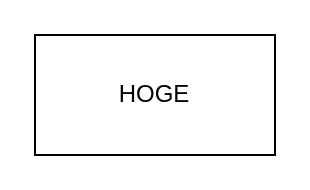
fereria/reincarnation_tech keeps this draw.io diagram as docs/10_Programming/99_Documentation/sample_2.drawio. Above is the earlier version. Source tidied: cells renumbered, new cells numbered last; positions are measured from the earlier drawing's top-left corner, leaving out a move shared by most shapes. Both pictures are drawn from the tidied source at 200%, with x=0, y=0 at pixel (34, 34).
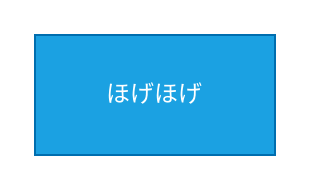
The same diagram, later.

Commit message:
日本語確認

The edit, as a diff of the source:
```diff
@@
 <mxGraphModel>
   <root>
     <mxCell id="0" />
     <mxCell id="1" parent="0" />
-    <mxCell id="2" value="HOGE" style="rounded=0;whiteSpace=wrap;html=1;" parent="1" vertex="1">
+    <mxCell id="2" value="ほげほげ" style="rounded=0;whiteSpace=wrap;html=1;fillColor=#1ba1e2;fontColor=#ffffff;strokeColor=#006EAF;" parent="1" vertex="1">
       <mxGeometry width="120" height="60" as="geometry" />
     </mxCell>
   </root>
 </mxGraphModel>
```
